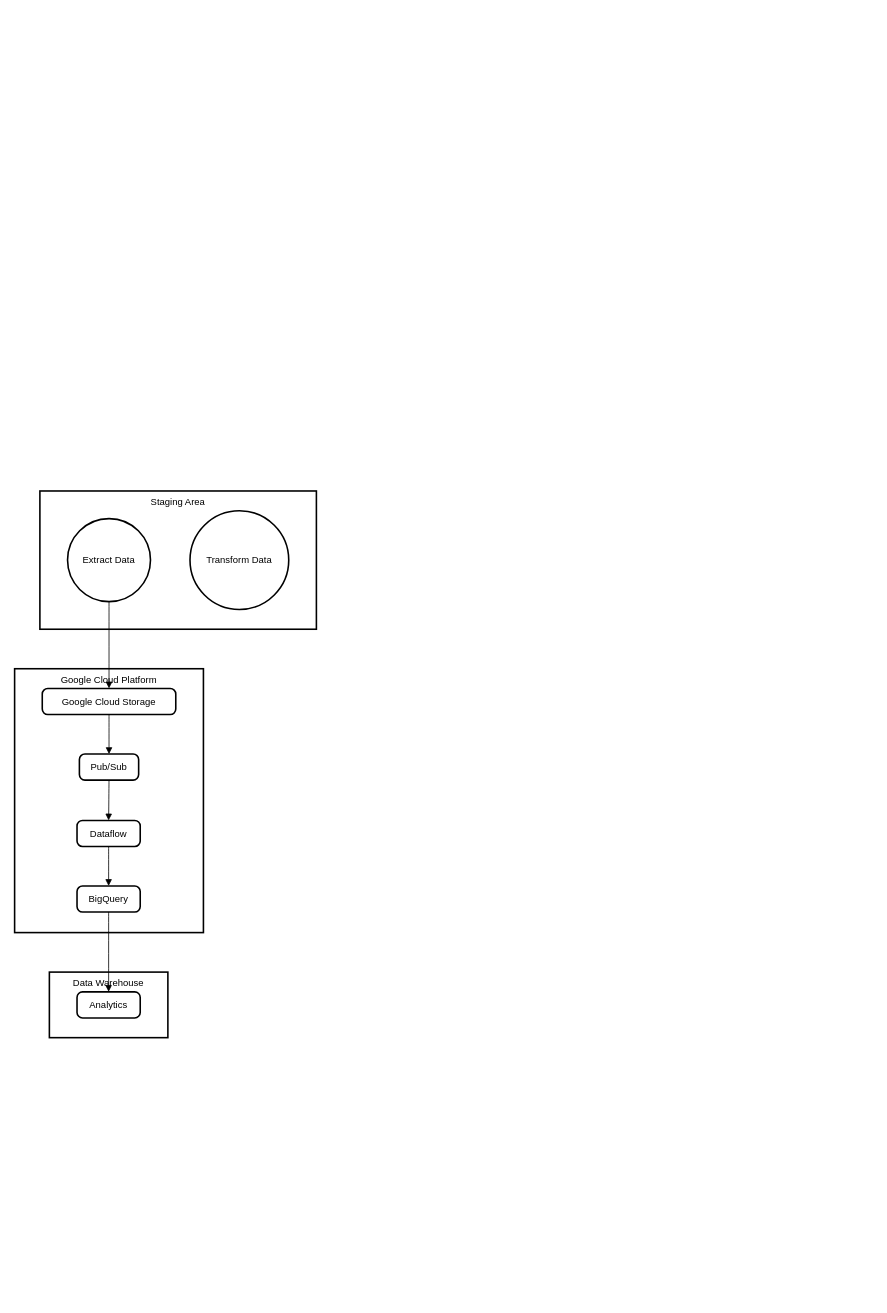
The draw.io diagram Untitled Diagram.drawio in phuthang2003/c0424l1-py103, before the edit. Source tidied: cells renumbered, new cells numbered last; positions are measured from the earlier drawing's top-left corner, leaving out a move shared by most shapes. Both pictures are drawn from the tidied source at 79%, with x=0, y=0 at pixel (14, 491). Pictures stored in the file or linked from it are replaced by grey dashed boxes.
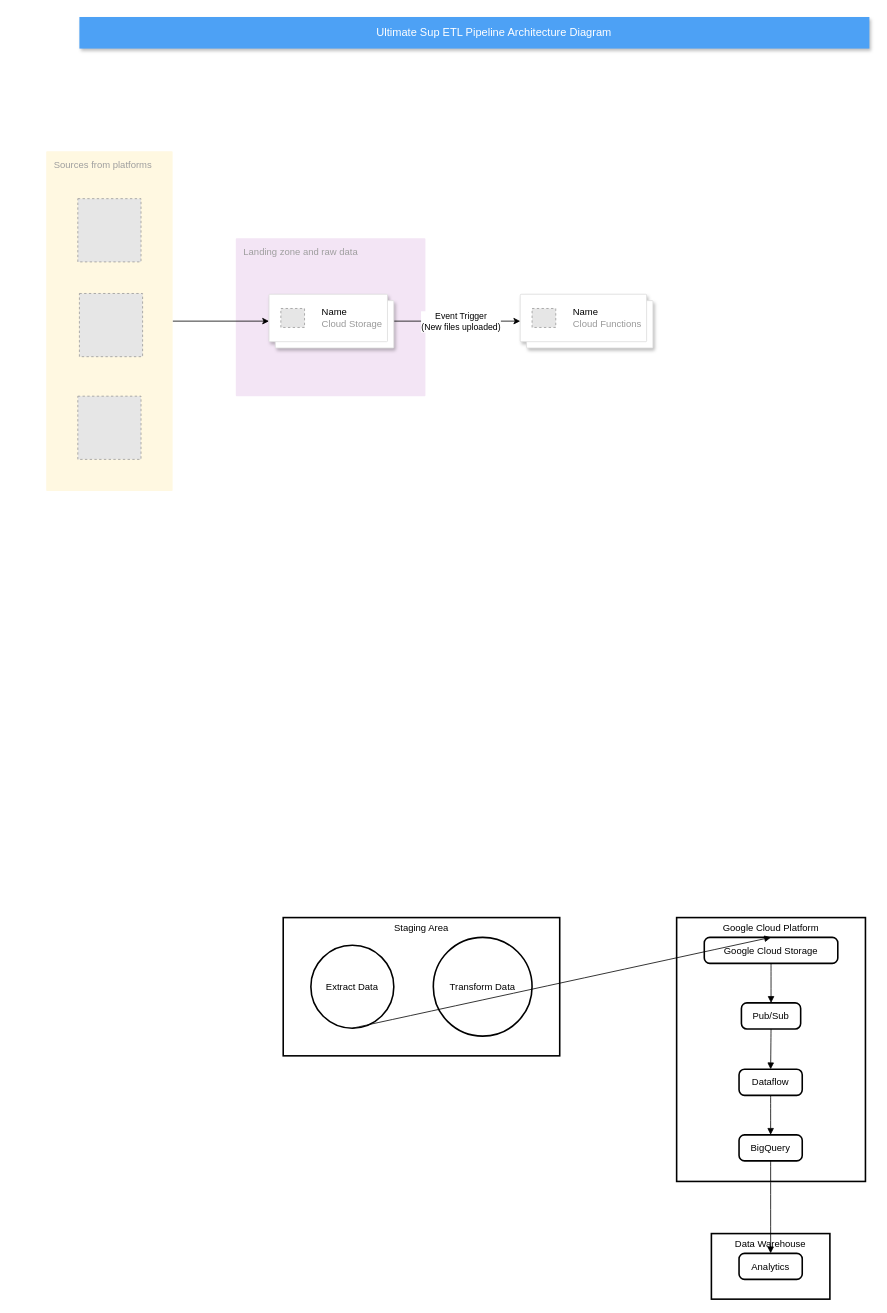
After the change.

Change to the diagram source:
```diff
@@
+    <mxCell id="17" value="Landing zone and raw data" style="sketch=0;rounded=1;absoluteArcSize=1;arcSize=2;html=1;strokeColor=none;gradientColor=none;shadow=0;dashed=0;fontSize=12;fontColor=#9E9E9E;align=left;verticalAlign=top;spacing=10;spacingTop=-4;whiteSpace=wrap;fillColor=#F3E5F5;" parent="1" vertex="1">
+      <mxGeometry x="280" y="-320" width="240" height="200" as="geometry" />
+    </mxCell>
+    <mxCell id="18" style="edgeStyle=orthogonalEdgeStyle;rounded=0;jettySize=auto;html=1;entryX=0;entryY=0.5;entryDx=0;entryDy=0;" parent="1" edge="1" source="19" target="27">
+      <mxGeometry relative="1" as="geometry" />
+    </mxCell>
+    <mxCell id="19" value="Sources from platforms" style="sketch=0;points=[[0,0,0],[0.25,0,0],[0.5,0,0],[0.75,0,0],[1,0,0],[1,0.25,0],[1,0.5,0],[1,0.75,0],[1,1,0],[0.75,1,0],[0.5,1,0],[0.25,1,0],[0,1,0],[0,0.75,0],[0,0.5,0],[0,0.25,0]];rounded=1;absoluteArcSize=1;arcSize=2;html=1;strokeColor=none;gradientColor=none;shadow=0;dashed=0;fontSize=12;fontColor=#9E9E9E;align=left;verticalAlign=top;spacing=10;spacingTop=-4;whiteSpace=wrap;fillColor=#FFF8E1;" parent="1" vertex="1">
+      <mxGeometry x="40" y="-430" width="160" height="430" as="geometry" />
+    </mxCell>
     <mxCell id="2" value="Data Warehouse" style="whiteSpace=wrap;strokeWidth=2;verticalAlign=top;" parent="1" vertex="1">
-      <mxGeometry x="44" y="609" width="150" height="83" as="geometry" />
+      <mxGeometry x="882" y="940" width="150" height="83" as="geometry" />
     </mxCell>
     <mxCell id="3" value="Analytics" style="rounded=1;absoluteArcSize=1;arcSize=14;whiteSpace=wrap;strokeWidth=2;" parent="1" vertex="1">
-      <mxGeometry x="79" y="634" width="80" height="33" as="geometry" />
+      <mxGeometry x="917" y="965" width="80" height="33" as="geometry" />
     </mxCell>
     <mxCell id="4" value="Google Cloud Platform" style="whiteSpace=wrap;strokeWidth=2;verticalAlign=top;" parent="1" vertex="1">
-      <mxGeometry y="225" width="239" height="334" as="geometry" />
+      <mxGeometry x="838" y="540" width="239" height="334" as="geometry" />
     </mxCell>
     <mxCell id="5" value="Google Cloud Storage" style="rounded=1;absoluteArcSize=1;arcSize=14;whiteSpace=wrap;strokeWidth=2;" parent="1" vertex="1">
-      <mxGeometry x="35" y="250" width="169" height="33" as="geometry" />
+      <mxGeometry x="873" y="565" width="169" height="33" as="geometry" />
     </mxCell>
     <mxCell id="6" value="Pub/Sub" style="rounded=1;absoluteArcSize=1;arcSize=14;whiteSpace=wrap;strokeWidth=2;" parent="1" vertex="1">
-      <mxGeometry x="82" y="333" width="75" height="33" as="geometry" />
+      <mxGeometry x="920" y="648" width="75" height="33" as="geometry" />
     </mxCell>
     <mxCell id="7" value="Dataflow" style="rounded=1;absoluteArcSize=1;arcSize=14;whiteSpace=wrap;strokeWidth=2;" parent="1" vertex="1">
-      <mxGeometry x="79" y="417" width="80" height="33" as="geometry" />
+      <mxGeometry x="917" y="732" width="80" height="33" as="geometry" />
     </mxCell>
     <mxCell id="8" value="BigQuery" style="rounded=1;absoluteArcSize=1;arcSize=14;whiteSpace=wrap;strokeWidth=2;" parent="1" vertex="1">
-      <mxGeometry x="79" y="500" width="80" height="33" as="geometry" />
+      <mxGeometry x="917" y="815" width="80" height="33" as="geometry" />
     </mxCell>
     <mxCell id="9" value="Staging Area" style="whiteSpace=wrap;strokeWidth=2;verticalAlign=top;" parent="1" vertex="1">
-      <mxGeometry x="32" width="350" height="175" as="geometry" />
+      <mxGeometry x="340" y="540" width="350" height="175" as="geometry" />
     </mxCell>
     <mxCell id="10" value="Extract Data" style="ellipse;strokeWidth=2;whiteSpace=wrap;" parent="1" vertex="1">
-      <mxGeometry x="67" y="35" width="105" height="105" as="geometry" />
+      <mxGeometry x="375" y="575" width="105" height="105" as="geometry" />
     </mxCell>
     <mxCell id="11" value="Transform Data" style="ellipse;strokeWidth=2;whiteSpace=wrap;" parent="1" vertex="1">
-      <mxGeometry x="222" y="25" width="125" height="125" as="geometry" />
+      <mxGeometry x="530" y="565" width="125" height="125" as="geometry" />
     </mxCell>
@@
+    <mxCell id="20" style="fillColor=#E6E6E6;strokeColor=#999999;dashed=1;verticalLabelPosition=bottom;labelBackgroundColor=default;verticalAlign=top;" parent="1" vertex="1">
+      <mxGeometry x="80" y="-120" width="80" height="80" as="geometry" />
+    </mxCell>
+    <mxCell id="21" style="fillColor=#E6E6E6;strokeColor=#999999;dashed=1;verticalLabelPosition=bottom;labelBackgroundColor=default;verticalAlign=top;" parent="1" vertex="1">
+      <mxGeometry x="82" y="-250" width="80" height="80" as="geometry" />
+    </mxCell>
+    <mxCell id="22" style="fillColor=#E6E6E6;strokeColor=#999999;dashed=1;verticalLabelPosition=bottom;labelBackgroundColor=default;verticalAlign=top;" parent="1" vertex="1">
+      <mxGeometry x="80" y="-370" width="80" height="80" as="geometry" />
+    </mxCell>
+    <mxCell id="23" style="shape=mxgraph.gcp2.doubleRect;strokeColor=#dddddd;shadow=1;strokeWidth=1;rounded=1;absoluteArcSize=1;arcSize=2;" parent="1" vertex="1">
+      <mxGeometry x="640" y="-249" width="168" height="68" as="geometry" />
+    </mxCell>
+    <mxCell id="24" value="&lt;font color=&quot;#000000&quot;&gt;Name&lt;/font&gt;&lt;br&gt;Cloud Functions" style="fillColor=#E6E6E6;strokeColor=#999999;dashed=1;html=1;fontColor=#999999;verticalLabelPosition=middle;verticalAlign=middle;labelPosition=right;align=left;spacingLeft=20;" parent="23" vertex="1">
+      <mxGeometry width="30" height="24" relative="1" as="geometry">
+        <mxPoint x="15" y="18" as="offset" />
+      </mxGeometry>
+    </mxCell>
+    <mxCell id="25" style="edgeStyle=orthogonalEdgeStyle;rounded=0;jettySize=auto;html=1;exitX=1;exitY=0.5;exitDx=0;exitDy=0;entryX=0;entryY=0.5;entryDx=0;entryDy=0;" parent="1" edge="1" source="27" target="23">
+      <mxGeometry relative="1" as="geometry" />
+    </mxCell>
+    <mxCell id="26" value="Event Trigger&lt;div&gt;(New files uploaded)&lt;/div&gt;" style="edgeLabel;html=1;align=center;verticalAlign=middle;" parent="25" vertex="1">
+      <mxGeometry x="0.05" relative="1" as="geometry" />
+    </mxCell>
+    <mxCell id="27" style="shape=mxgraph.gcp2.doubleRect;strokeColor=#dddddd;shadow=1;strokeWidth=1;rounded=1;absoluteArcSize=1;arcSize=2;" parent="1" vertex="1">
+      <mxGeometry x="322" y="-249" width="158" height="68" as="geometry" />
+    </mxCell>
+    <mxCell id="28" value="&lt;font color=&quot;#000000&quot;&gt;Name&lt;/font&gt;&lt;br&gt;Cloud Storage" style="fillColor=#E6E6E6;strokeColor=#999999;dashed=1;html=1;fontColor=#999999;verticalLabelPosition=middle;verticalAlign=middle;labelPosition=right;align=left;spacingLeft=20;" parent="27" vertex="1">
+      <mxGeometry width="30" height="24" relative="1" as="geometry">
+        <mxPoint x="15" y="18" as="offset" />
+      </mxGeometry>
+    </mxCell>
+    <mxCell id="29" value="Ultimate Sup ETL Pipeline Architecture Diagram" style="fillColor=#4DA1F5;strokeColor=none;shadow=1;gradientColor=none;fontSize=14;align=center;spacingLeft=50;fontColor=#ffffff;whiteSpace=wrap;html=1;" parent="1" vertex="1">
+      <mxGeometry x="82" y="-600" width="1000" height="40" as="geometry" />
+    </mxCell>
```
